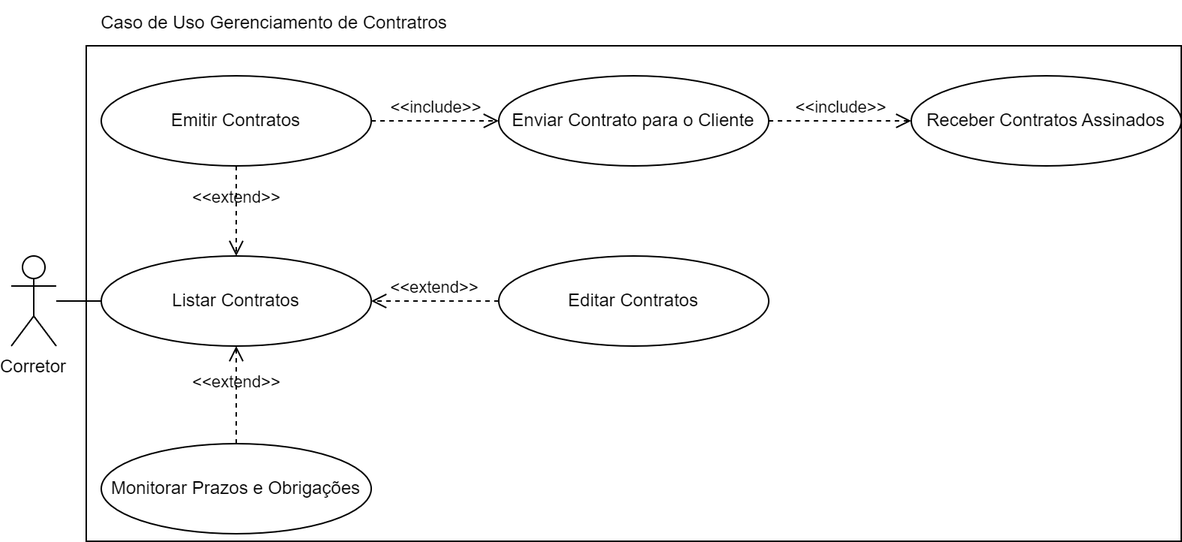
Earlier version of the draw.io export diagrams/casos_de_uso/png/uc_gerenciamento_contratos.drawio.png (israel-bsi/realtyhub). Source tidied: cells renumbered, new cells last; positions are measured from the earlier drawing's top-left corner, leaving out a move shared by most shapes.
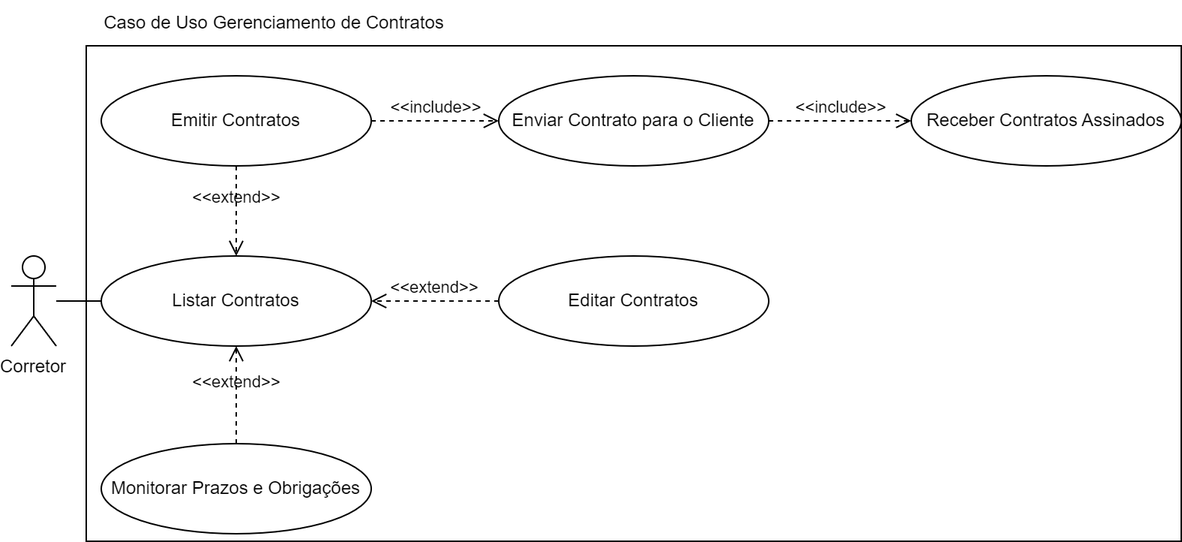
Above is the later version.

The edit, as a diff of the source:
```diff
@@ -26,9 +26,9 @@
     <mxCell id="9" value="&amp;lt;&amp;lt;extend&amp;gt;&amp;gt;" style="endArrow=open;startArrow=none;endFill=0;startFill=0;endSize=8;html=1;verticalAlign=bottom;dashed=1;labelBackgroundColor=none;rounded=0;exitX=0.5;exitY=0;exitDx=0;exitDy=0;entryX=0.5;entryY=1;entryDx=0;entryDy=0;" parent="1" edge="1" source="7" target="6">
       <mxGeometry relative="1" as="geometry" />
     </mxCell>
-    <mxCell id="10" value="Caso de Uso Gerenciamento de Contratros" style="text;html=1;align=center;verticalAlign=middle;strokeColor=none;fillColor=none;" parent="1" vertex="1">
-      <mxGeometry x="50" width="250" height="30" as="geometry" />
-    </mxCell>
+    <mxCell id="17" value="Caso de Uso Gerenciamento de Contratos" style="text;html=1;align=center;verticalAlign=middle;strokeColor=none;fillColor=none;" parent="1" vertex="1">
+      <mxGeometry x="50" width="250" height="30" as="geometry" />
+    </mxCell>
     <mxCell id="11" value="&amp;lt;&amp;lt;extend&amp;gt;&amp;gt;" style="endArrow=open;startArrow=none;endFill=0;startFill=0;endSize=8;html=1;verticalAlign=bottom;dashed=1;labelBackgroundColor=none;rounded=0;exitX=0.5;exitY=1;exitDx=0;exitDy=0;entryX=0.5;entryY=0;entryDx=0;entryDy=0;" parent="1" edge="1" source="4" target="6">
       <mxGeometry relative="1" as="geometry" />
     </mxCell>
```
